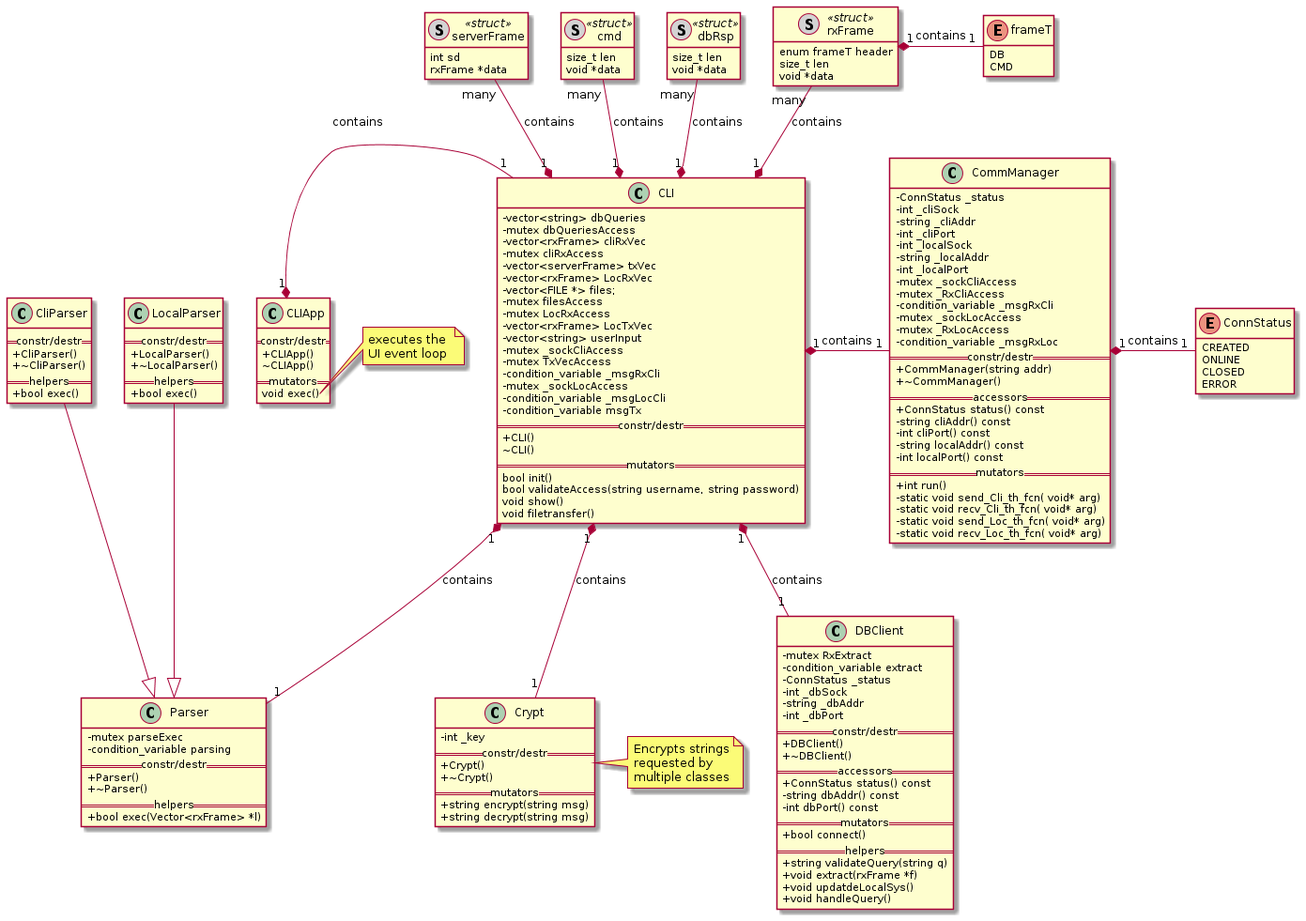
This is Proj/diags/plantuml/class-diag/output/class-diag-rs-hugo.png from ElectroQuanta/MDO, a PlantUML export, as it was before one commit.
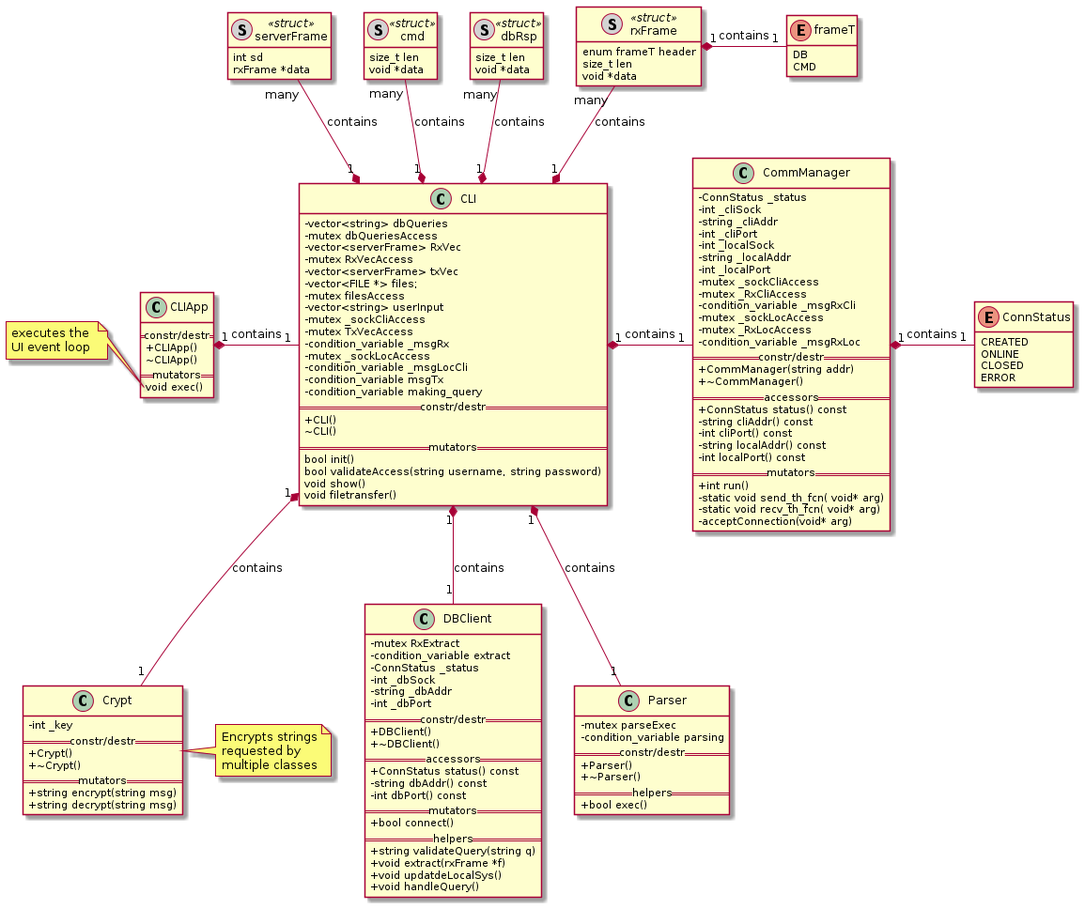
Above is the later version.

Diff of the diagram source:
```diff
@@ -40,28 +40,26 @@
     == mutators ==
     void exec()
 }
-    note right of CLIApp::exec
+    note left of CLIApp::exec
     executes the
     UI event loop
     end note
 class CLI{
   - vector<string> dbQueries
   - mutex dbQueriesAccess
-  - vector<rxFrame> cliRxVec
-  - mutex cliRxAccess
+  - vector<serverFrame> RxVec
+  - mutex RxVecAccess
   - vector<serverFrame> txVec
-  - vector<rxFrame> LocRxVec
   - vector<FILE *> files;
   - mutex filesAccess
-  - mutex LocRxAccess
-  - vector<rxFrame> LocTxVec
   - vector<string> userInput
   - mutex _sockCliAccess
   - mutex TxVecAccess
-  - condition_variable _msgRxCli
+  - condition_variable _msgRx
   - mutex _sockLocAccess
   - condition_variable _msgLocCli
   - condition_variable msgTx
+  - condition_variable making_query
   == constr/destr ==
   +CLI()
   ~CLI()
@@ -112,10 +110,9 @@
   - int localPort() const
   == mutators ==
   + int run()
-  - static void send_Cli_th_fcn( void* arg)
-  - static void recv_Cli_th_fcn( void* arg)
-  - static void send_Loc_th_fcn( void* arg)
-  - static void recv_Loc_th_fcn( void* arg)
+  - static void send_th_fcn( void* arg)
+  - static void recv_th_fcn( void* arg)
+  - acceptConnection(void* arg)
 }
 class DBClient{
   -mutex RxExtract
@@ -146,20 +143,6 @@
   +Parser()
   +~Parser()
   == helpers ==
-  + bool exec(Vector<rxFrame> *l)
-}
-class CliParser{
-  == constr/destr ==
-  +CliParser()
-  +~CliParser()
-  == helpers ==
-  + bool exec()
-}
-class LocalParser{
-  == constr/destr ==
-  +LocalParser()
-  +~LocalParser()
-  == helpers ==
   + bool exec()
 }
 
@@ -179,8 +162,6 @@
 CLI "1" *-u- "many" dbRsp: contains
 CLI "1" *-u- "many" cmd: contains
 CLI "1" *-u- "many" serverFrame: contains
-CliParser --|> Parser
-LocalParser --|> Parser
 
 
 @enduml
```
